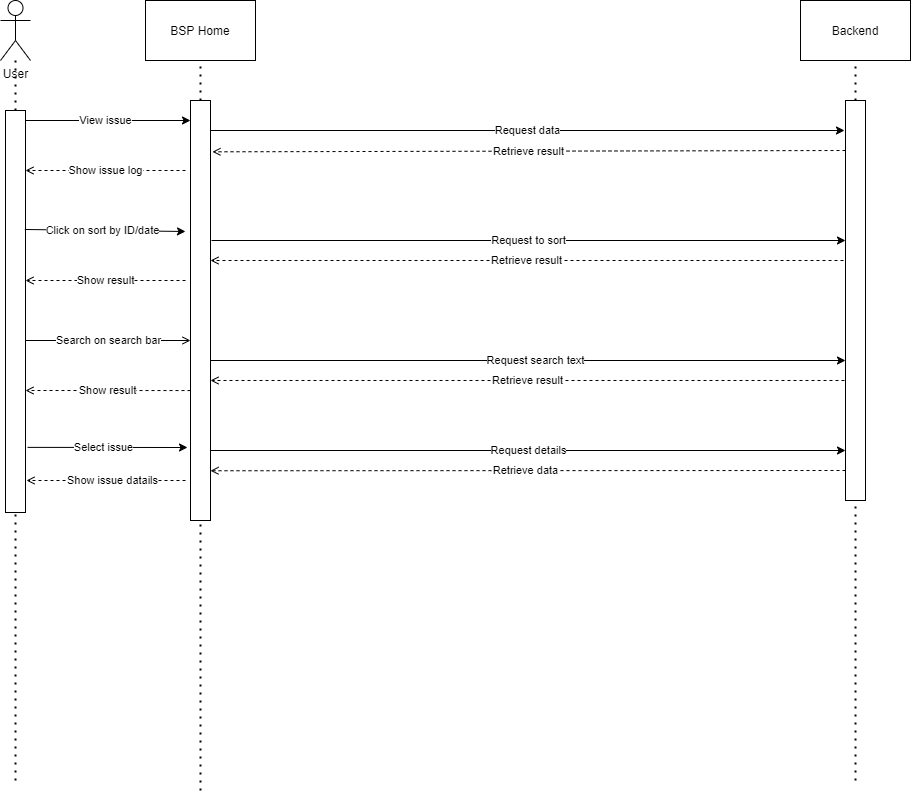
DiWeera98/IN2900Docs keeps this draw.io diagram as Sequence Diagrams/sequenceBSP.png. Above is the earlier version. Source tidied: cells renumbered, new cells last; positions are measured from the earlier drawing's top-left corner, leaving out a move shared by most shapes. The source it was exported from:
```xml
<mxGraphModel>
  <root>
    <mxCell id="0" />
    <mxCell id="1" parent="0" />
    <mxCell id="2" value="BSP Home" style="rounded=0;whiteSpace=wrap;html=1;" parent="1" vertex="1">
      <mxGeometry x="145" width="110" height="60" as="geometry" />
    </mxCell>
    <mxCell id="3" value="Backend" style="rounded=0;whiteSpace=wrap;html=1;" parent="1" vertex="1">
      <mxGeometry x="800" width="110" height="60" as="geometry" />
    </mxCell>
    <mxCell id="4" style="endArrow=none;dashed=1;html=1;dashPattern=1 3;strokeWidth=2;" parent="1" edge="1" source="16" target="20">
      <mxGeometry relative="1" as="geometry" />
    </mxCell>
    <mxCell id="5" style="endArrow=none;dashed=1;html=1;dashPattern=1 3;strokeWidth=2;entryX=0.5;entryY=1;entryDx=0;entryDy=0;" parent="1" edge="1" source="18" target="2">
      <mxGeometry relative="1" as="geometry" />
    </mxCell>
    <mxCell id="6" style="endArrow=none;dashed=1;html=1;dashPattern=1 3;strokeWidth=2;entryX=0.5;entryY=1;entryDx=0;entryDy=0;" parent="1" edge="1" source="24" target="3">
      <mxGeometry relative="1" as="geometry" />
    </mxCell>
    <mxCell id="7" value="View issue" style="endArrow=classic;html=1;" parent="1" edge="1">
      <mxGeometry x="-0.03" relative="1" as="geometry">
        <mxPoint x="25" y="120" as="sourcePoint" />
        <mxPoint x="190" y="120" as="targetPoint" />
      </mxGeometry>
    </mxCell>
    <mxCell id="8" value="Request to sort" style="endArrow=classic;html=1;" parent="1" edge="1">
      <mxGeometry relative="1" as="geometry">
        <mxPoint x="211" y="240" as="sourcePoint" />
        <mxPoint x="845" y="240" as="targetPoint" />
      </mxGeometry>
    </mxCell>
    <mxCell id="9" value="Retrieve result" style="endArrow=open;html=1;dashed=1;endFill=0;" parent="1" edge="1">
      <mxGeometry relative="1" as="geometry">
        <mxPoint x="843" y="260" as="sourcePoint" />
        <mxPoint x="210" y="260" as="targetPoint" />
      </mxGeometry>
    </mxCell>
    <mxCell id="10" value="Show result" style="endArrow=open;html=1;dashed=1;endFill=0;" parent="1" edge="1">
      <mxGeometry relative="1" as="geometry">
        <mxPoint x="185" y="280" as="sourcePoint" />
        <mxPoint x="25" y="280" as="targetPoint" />
      </mxGeometry>
    </mxCell>
    <mxCell id="11" value="Search on search bar" style="endArrow=open;html=1;endFill=0;" parent="1" edge="1">
      <mxGeometry relative="1" as="geometry">
        <mxPoint x="25" y="340" as="sourcePoint" />
        <mxPoint x="190" y="340" as="targetPoint" />
      </mxGeometry>
    </mxCell>
    <mxCell id="12" value="Select issue" style="endArrow=classic;html=1;exitX=1.106;exitY=0.838;exitDx=0;exitDy=0;exitPerimeter=0;" parent="1" edge="1" source="16">
      <mxGeometry x="-0.04" relative="1" as="geometry">
        <mxPoint x="187" y="447" as="targetPoint" />
      </mxGeometry>
    </mxCell>
    <mxCell id="13" value="Request details" style="endArrow=classic;html=1;" parent="1" edge="1">
      <mxGeometry relative="1" as="geometry">
        <mxPoint x="210" y="450" as="sourcePoint" />
        <mxPoint x="845" y="450" as="targetPoint" />
      </mxGeometry>
    </mxCell>
    <mxCell id="14" value="Retrieve data" style="endArrow=open;html=1;dashed=1;endFill=0;entryX=1.013;entryY=0.43;entryDx=0;entryDy=0;entryPerimeter=0;" parent="1" edge="1">
      <mxGeometry x="0.01" relative="1" as="geometry">
        <mxPoint x="845" y="470" as="sourcePoint" />
        <mxPoint x="210" y="470.2" as="targetPoint" />
      </mxGeometry>
    </mxCell>
    <mxCell id="15" value="Show issue datails" style="endArrow=open;html=1;dashed=1;endFill=0;" parent="1" edge="1">
      <mxGeometry x="-0.09" relative="1" as="geometry">
        <mxPoint x="185" y="480" as="sourcePoint" />
        <mxPoint x="26" y="480" as="targetPoint" />
      </mxGeometry>
    </mxCell>
    <mxCell id="16" style="rounded=0;whiteSpace=wrap;html=1;" parent="1" vertex="1">
      <mxGeometry x="5" y="110" width="20" height="402" as="geometry" />
    </mxCell>
    <mxCell id="17" style="endArrow=none;dashed=1;html=1;dashPattern=1 3;strokeWidth=2;" parent="1" edge="1" target="16">
      <mxGeometry relative="1" as="geometry">
        <mxPoint x="15" y="780" as="sourcePoint" />
      </mxGeometry>
    </mxCell>
    <mxCell id="18" style="rounded=0;whiteSpace=wrap;html=1;" parent="1" vertex="1">
      <mxGeometry x="190" y="100" width="20" height="420" as="geometry" />
    </mxCell>
    <mxCell id="19" style="endArrow=none;dashed=1;html=1;dashPattern=1 3;strokeWidth=2;" parent="1" edge="1" target="18">
      <mxGeometry relative="1" as="geometry">
        <mxPoint x="200" y="790" as="sourcePoint" />
      </mxGeometry>
    </mxCell>
    <mxCell id="20" value="User&lt;br&gt;" style="shape=umlActor;verticalLabelPosition=bottom;verticalAlign=top;html=1;outlineConnect=0;" parent="1" vertex="1">
      <mxGeometry width="30" height="60" as="geometry" />
    </mxCell>
    <mxCell id="21" value="Request search text" style="endArrow=classic;html=1;" parent="1" edge="1">
      <mxGeometry x="0.02" relative="1" as="geometry">
        <mxPoint x="210" y="360" as="sourcePoint" />
        <mxPoint x="845" y="360" as="targetPoint" />
      </mxGeometry>
    </mxCell>
    <mxCell id="22" value="Retrieve result" style="endArrow=open;html=1;dashed=1;endFill=0;" parent="1" edge="1">
      <mxGeometry relative="1" as="geometry">
        <mxPoint x="844" y="380" as="sourcePoint" />
        <mxPoint x="210" y="380" as="targetPoint" />
      </mxGeometry>
    </mxCell>
    <mxCell id="23" value="Show result" style="endArrow=open;html=1;dashed=1;endFill=0;exitX=0.25;exitY=0.277;exitDx=0;exitDy=0;exitPerimeter=0;" parent="1" edge="1">
      <mxGeometry relative="1" as="geometry">
        <mxPoint x="190" y="390.1" as="sourcePoint" />
        <mxPoint x="25" y="390" as="targetPoint" />
      </mxGeometry>
    </mxCell>
    <mxCell id="24" style="rounded=0;whiteSpace=wrap;html=1;" parent="1" vertex="1">
      <mxGeometry x="845" y="100" width="20" height="400" as="geometry" />
    </mxCell>
    <mxCell id="25" style="endArrow=none;dashed=1;html=1;dashPattern=1 3;strokeWidth=2;" parent="1" edge="1" target="24">
      <mxGeometry relative="1" as="geometry">
        <mxPoint x="855" y="780" as="sourcePoint" />
      </mxGeometry>
    </mxCell>
    <mxCell id="26" value="Click on sort by ID/date" style="endArrow=classic;html=1;exitX=0.965;exitY=0.296;exitDx=0;exitDy=0;exitPerimeter=0;" parent="1" edge="1" source="16">
      <mxGeometry x="-0.03" relative="1" as="geometry">
        <mxPoint x="185" y="231" as="targetPoint" />
      </mxGeometry>
    </mxCell>
    <mxCell id="27" value="Show issue log" style="endArrow=open;html=1;dashed=1;endFill=0;" parent="1" edge="1">
      <mxGeometry relative="1" as="geometry">
        <mxPoint x="185" y="170" as="sourcePoint" />
        <mxPoint x="25" y="170" as="targetPoint" />
      </mxGeometry>
    </mxCell>
    <mxCell id="28" value="Request data" style="endArrow=classic;html=1;" parent="1" edge="1">
      <mxGeometry relative="1" as="geometry">
        <mxPoint x="210" y="130" as="sourcePoint" />
        <mxPoint x="844" y="130" as="targetPoint" />
      </mxGeometry>
    </mxCell>
    <mxCell id="29" value="Retrieve result" style="endArrow=open;html=1;dashed=1;endFill=0;exitX=-0.047;exitY=0.151;exitDx=0;exitDy=0;exitPerimeter=0;" parent="1" edge="1">
      <mxGeometry relative="1" as="geometry">
        <mxPoint x="845" y="150" as="sourcePoint" />
        <mxPoint x="211.9" y="151.3" as="targetPoint" />
      </mxGeometry>
    </mxCell>
  </root>
</mxGraphModel>
```
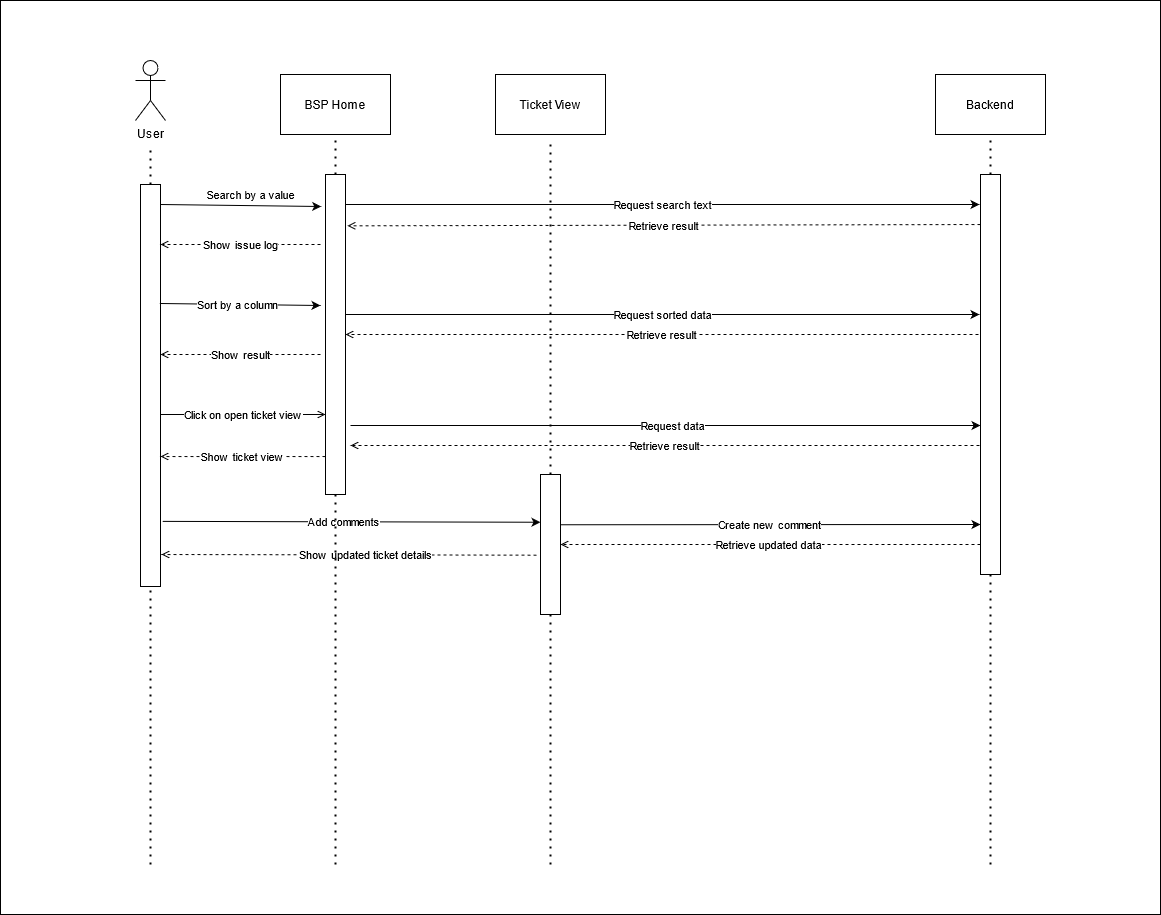
Later version of the same file.

What changed in the source:
```diff
@@ -2,14 +2,19 @@
   <root>
     <mxCell id="0" />
     <mxCell id="1" parent="0" />
+    <mxCell id="30" style="rounded=0;whiteSpace=wrap;html=1;" parent="1" vertex="1">
+      <mxGeometry x="-135" y="-74" width="1160" height="914" as="geometry" />
+    </mxCell>
     <mxCell id="2" value="BSP Home" style="rounded=0;whiteSpace=wrap;html=1;" parent="1" vertex="1">
       <mxGeometry x="145" width="110" height="60" as="geometry" />
     </mxCell>
     <mxCell id="3" value="Backend" style="rounded=0;whiteSpace=wrap;html=1;" parent="1" vertex="1">
       <mxGeometry x="800" width="110" height="60" as="geometry" />
     </mxCell>
-    <mxCell id="4" style="endArrow=none;dashed=1;html=1;dashPattern=1 3;strokeWidth=2;" parent="1" edge="1" source="16" target="20">
-      <mxGeometry relative="1" as="geometry" />
+    <mxCell id="4" style="endArrow=none;dashed=1;html=1;dashPattern=1 3;strokeWidth=2;" parent="1" edge="1" source="16">
+      <mxGeometry relative="1" as="geometry">
+        <mxPoint x="15" y="70" as="targetPoint" />
+      </mxGeometry>
     </mxCell>
     <mxCell id="5" style="endArrow=none;dashed=1;html=1;dashPattern=1 3;strokeWidth=2;entryX=0.5;entryY=1;entryDx=0;entryDy=0;" parent="1" edge="1" source="18" target="2">
       <mxGeometry relative="1" as="geometry" />
@@ -17,16 +22,10 @@
     <mxCell id="6" style="endArrow=none;dashed=1;html=1;dashPattern=1 3;strokeWidth=2;entryX=0.5;entryY=1;entryDx=0;entryDy=0;" parent="1" edge="1" source="24" target="3">
       <mxGeometry relative="1" as="geometry" />
     </mxCell>
-    <mxCell id="7" value="View issue" style="endArrow=classic;html=1;" parent="1" edge="1">
-      <mxGeometry x="-0.03" relative="1" as="geometry">
-        <mxPoint x="25" y="120" as="sourcePoint" />
-        <mxPoint x="190" y="120" as="targetPoint" />
-      </mxGeometry>
-    </mxCell>
-    <mxCell id="8" value="Request to sort" style="endArrow=classic;html=1;" parent="1" edge="1">
+    <mxCell id="8" value="Request sorted data" style="endArrow=classic;html=1;" parent="1" edge="1">
       <mxGeometry relative="1" as="geometry">
-        <mxPoint x="211" y="240" as="sourcePoint" />
-        <mxPoint x="845" y="240" as="targetPoint" />
+        <mxPoint x="210" y="240" as="sourcePoint" />
+        <mxPoint x="844" y="240" as="targetPoint" />
       </mxGeometry>
     </mxCell>
     <mxCell id="9" value="Retrieve result" style="endArrow=open;html=1;dashed=1;endFill=0;" parent="1" edge="1">
@@ -41,32 +40,27 @@
         <mxPoint x="25" y="280" as="targetPoint" />
       </mxGeometry>
     </mxCell>
-    <mxCell id="11" value="Search on search bar" style="endArrow=open;html=1;endFill=0;" parent="1" edge="1">
+    <mxCell id="11" value="Click on open ticket view" style="endArrow=open;html=1;endFill=0;" parent="1" edge="1">
       <mxGeometry relative="1" as="geometry">
         <mxPoint x="25" y="340" as="sourcePoint" />
         <mxPoint x="190" y="340" as="targetPoint" />
       </mxGeometry>
     </mxCell>
-    <mxCell id="12" value="Select issue" style="endArrow=classic;html=1;exitX=1.106;exitY=0.838;exitDx=0;exitDy=0;exitPerimeter=0;" parent="1" edge="1" source="16">
-      <mxGeometry x="-0.04" relative="1" as="geometry">
-        <mxPoint x="187" y="447" as="targetPoint" />
-      </mxGeometry>
+    <mxCell id="12" value="Add comments" style="endArrow=classic;html=1;exitX=1.106;exitY=0.838;exitDx=0;exitDy=0;exitPerimeter=0;entryX=0;entryY=0.341;entryDx=0;entryDy=0;entryPerimeter=0;" parent="1" edge="1" source="16" target="33">
+      <mxGeometry x="-0.04" relative="1" as="geometry" />
     </mxCell>
-    <mxCell id="13" value="Request details" style="endArrow=classic;html=1;" parent="1" edge="1">
+    <mxCell id="13" value="Create new comment" style="endArrow=classic;html=1;exitX=0.96;exitY=0.359;exitDx=0;exitDy=0;exitPerimeter=0;" parent="1" edge="1" source="33">
       <mxGeometry relative="1" as="geometry">
-        <mxPoint x="210" y="450" as="sourcePoint" />
         <mxPoint x="845" y="450" as="targetPoint" />
       </mxGeometry>
     </mxCell>
-    <mxCell id="14" value="Retrieve data" style="endArrow=open;html=1;dashed=1;endFill=0;entryX=1.013;entryY=0.43;entryDx=0;entryDy=0;entryPerimeter=0;" parent="1" edge="1">
+    <mxCell id="14" value="Retrieve updated data" style="endArrow=open;html=1;dashed=1;endFill=0;entryX=1;entryY=0.5;entryDx=0;entryDy=0;" parent="1" edge="1" target="33">
       <mxGeometry x="0.01" relative="1" as="geometry">
         <mxPoint x="845" y="470" as="sourcePoint" />
-        <mxPoint x="210" y="470.2" as="targetPoint" />
       </mxGeometry>
     </mxCell>
-    <mxCell id="15" value="Show issue datails" style="endArrow=open;html=1;dashed=1;endFill=0;" parent="1" edge="1">
+    <mxCell id="15" value="Show updated ticket details" style="endArrow=open;html=1;dashed=1;endFill=0;exitX=-0.2;exitY=0.576;exitDx=0;exitDy=0;exitPerimeter=0;" parent="1" edge="1" source="33">
       <mxGeometry x="-0.09" relative="1" as="geometry">
-        <mxPoint x="185" y="480" as="sourcePoint" />
         <mxPoint x="26" y="480" as="targetPoint" />
       </mxGeometry>
     </mxCell>
@@ -75,11 +69,11 @@
     </mxCell>
     <mxCell id="17" style="endArrow=none;dashed=1;html=1;dashPattern=1 3;strokeWidth=2;" parent="1" edge="1" target="16">
       <mxGeometry relative="1" as="geometry">
-        <mxPoint x="15" y="780" as="sourcePoint" />
+        <mxPoint x="15" y="790" as="sourcePoint" />
       </mxGeometry>
     </mxCell>
     <mxCell id="18" style="rounded=0;whiteSpace=wrap;html=1;" parent="1" vertex="1">
-      <mxGeometry x="190" y="100" width="20" height="420" as="geometry" />
+      <mxGeometry x="190" y="100" width="20" height="320" as="geometry" />
     </mxCell>
     <mxCell id="19" style="endArrow=none;dashed=1;html=1;dashPattern=1 3;strokeWidth=2;" parent="1" edge="1" target="18">
       <mxGeometry relative="1" as="geometry">
@@ -87,24 +81,24 @@
       </mxGeometry>
     </mxCell>
     <mxCell id="20" value="User&lt;br&gt;" style="shape=umlActor;verticalLabelPosition=bottom;verticalAlign=top;html=1;outlineConnect=0;" parent="1" vertex="1">
-      <mxGeometry width="30" height="60" as="geometry" />
+      <mxGeometry y="-14" width="30" height="60" as="geometry" />
     </mxCell>
-    <mxCell id="21" value="Request search text" style="endArrow=classic;html=1;" parent="1" edge="1">
+    <mxCell id="21" value="Request data" style="endArrow=classic;html=1;" parent="1" edge="1">
       <mxGeometry x="0.02" relative="1" as="geometry">
-        <mxPoint x="210" y="360" as="sourcePoint" />
-        <mxPoint x="845" y="360" as="targetPoint" />
+        <mxPoint x="215" y="351" as="sourcePoint" />
+        <mxPoint x="845" y="351" as="targetPoint" />
       </mxGeometry>
     </mxCell>
     <mxCell id="22" value="Retrieve result" style="endArrow=open;html=1;dashed=1;endFill=0;" parent="1" edge="1">
       <mxGeometry relative="1" as="geometry">
-        <mxPoint x="844" y="380" as="sourcePoint" />
-        <mxPoint x="210" y="380" as="targetPoint" />
+        <mxPoint x="844" y="371" as="sourcePoint" />
+        <mxPoint x="215" y="371" as="targetPoint" />
       </mxGeometry>
     </mxCell>
-    <mxCell id="23" value="Show result" style="endArrow=open;html=1;dashed=1;endFill=0;exitX=0.25;exitY=0.277;exitDx=0;exitDy=0;exitPerimeter=0;" parent="1" edge="1">
+    <mxCell id="23" value="Show ticket view" style="endArrow=open;html=1;dashed=1;endFill=0;exitX=0.25;exitY=0.277;exitDx=0;exitDy=0;exitPerimeter=0;" parent="1" edge="1">
       <mxGeometry relative="1" as="geometry">
-        <mxPoint x="190" y="390.1" as="sourcePoint" />
-        <mxPoint x="25" y="390" as="targetPoint" />
+        <mxPoint x="190" y="382.1" as="sourcePoint" />
+        <mxPoint x="25" y="382" as="targetPoint" />
       </mxGeometry>
     </mxCell>
     <mxCell id="24" style="rounded=0;whiteSpace=wrap;html=1;" parent="1" vertex="1">
@@ -112,10 +106,10 @@
     </mxCell>
     <mxCell id="25" style="endArrow=none;dashed=1;html=1;dashPattern=1 3;strokeWidth=2;" parent="1" edge="1" target="24">
       <mxGeometry relative="1" as="geometry">
-        <mxPoint x="855" y="780" as="sourcePoint" />
+        <mxPoint x="855" y="790" as="sourcePoint" />
       </mxGeometry>
     </mxCell>
-    <mxCell id="26" value="Click on sort by ID/date" style="endArrow=classic;html=1;exitX=0.965;exitY=0.296;exitDx=0;exitDy=0;exitPerimeter=0;" parent="1" edge="1" source="16">
+    <mxCell id="26" value="Sort by a column" style="endArrow=classic;html=1;exitX=0.965;exitY=0.296;exitDx=0;exitDy=0;exitPerimeter=0;" parent="1" edge="1" source="16">
       <mxGeometry x="-0.03" relative="1" as="geometry">
         <mxPoint x="185" y="231" as="targetPoint" />
       </mxGeometry>
@@ -126,7 +120,7 @@
         <mxPoint x="25" y="170" as="targetPoint" />
       </mxGeometry>
     </mxCell>
-    <mxCell id="28" value="Request data" style="endArrow=classic;html=1;" parent="1" edge="1">
+    <mxCell id="28" value="Request search text" style="endArrow=classic;html=1;" parent="1" edge="1">
       <mxGeometry relative="1" as="geometry">
         <mxPoint x="210" y="130" as="sourcePoint" />
         <mxPoint x="844" y="130" as="targetPoint" />
@@ -138,5 +132,27 @@
         <mxPoint x="211.9" y="151.3" as="targetPoint" />
       </mxGeometry>
     </mxCell>
+    <mxCell id="31" value="Search by a value" style="endArrow=classic;html=1;exitX=0.965;exitY=0.296;exitDx=0;exitDy=0;exitPerimeter=0;" parent="1" edge="1">
+      <mxGeometry x="0.12" y="11" relative="1" as="geometry">
+        <mxPoint x="25" y="130" as="sourcePoint" />
+        <mxPoint x="185.7" y="132" as="targetPoint" />
+      </mxGeometry>
+    </mxCell>
+    <mxCell id="32" style="endArrow=none;dashed=1;html=1;dashPattern=1 3;strokeWidth=2;" parent="1" edge="1" source="33">
+      <mxGeometry relative="1" as="geometry">
+        <mxPoint x="415" y="70" as="targetPoint" />
+      </mxGeometry>
+    </mxCell>
+    <mxCell id="33" style="rounded=0;whiteSpace=wrap;html=1;" parent="1" vertex="1">
+      <mxGeometry x="405" y="400" width="20" height="140" as="geometry" />
+    </mxCell>
+    <mxCell id="34" style="endArrow=none;dashed=1;html=1;dashPattern=1 3;strokeWidth=2;" parent="1" edge="1" target="33">
+      <mxGeometry relative="1" as="geometry">
+        <mxPoint x="415" y="790" as="sourcePoint" />
+      </mxGeometry>
+    </mxCell>
+    <mxCell id="35" value="Ticket View" style="rounded=0;whiteSpace=wrap;html=1;" parent="1" vertex="1">
+      <mxGeometry x="360" width="110" height="60" as="geometry" />
+    </mxCell>
   </root>
 </mxGraphModel>
```
